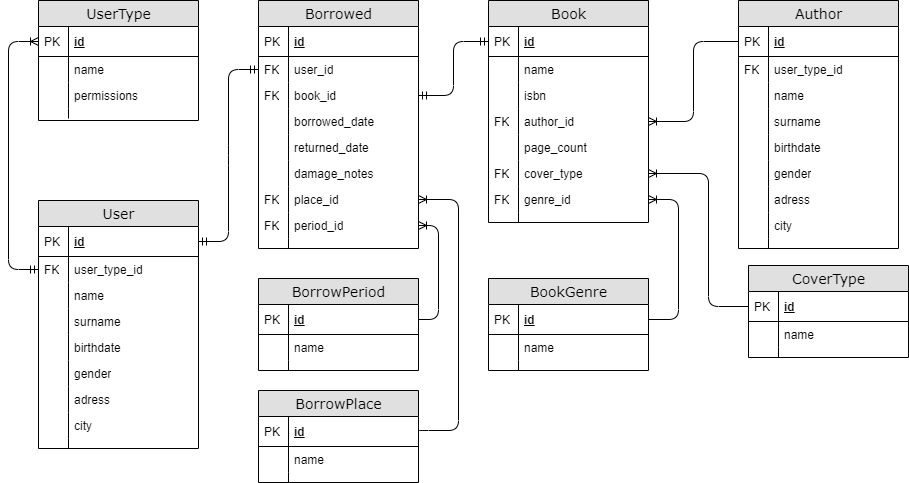
Earlier version of the draw.io export Documentation/Include/Resources/Database/Project/databse_ERD_diagram.png (abdarum/Erasmus_course_Java). Source tidied: cells renumbered, new cells last; positions are measured from the earlier drawing's top-left corner, leaving out a move shared by most shapes.
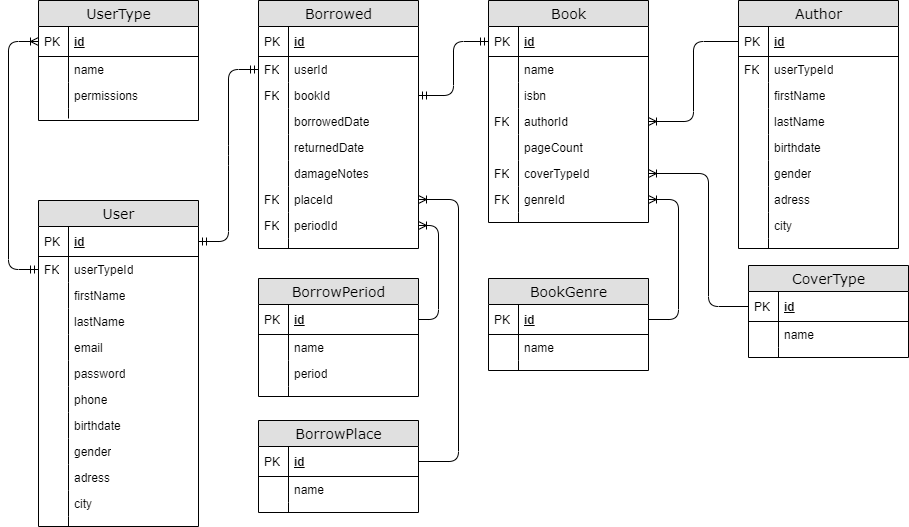
After the change.

Commit message:
updated databse_ERD_diagram

What changed in the source:
```diff
@@ -13,3 +13,3 @@
     <mxCell id="3" value="User" style="swimlane;html=1;fontStyle=0;horizontal=1;startSize=26;fillColor=#e0e0e0;swimlaneFillColor=#ffffff;align=center;rounded=0;shadow=0;comic=0;labelBackgroundColor=none;strokeWidth=1;fontFamily=Verdana;fontSize=14;" parent="1" vertex="1">
-      <mxGeometry x="30" y="200" width="160" height="248" as="geometry" />
+      <mxGeometry x="30" y="200" width="160" height="326" as="geometry" />
     </mxCell>
@@ -21,3 +21,3 @@
     </mxCell>
-    <mxCell id="6" value="user_type_id" style="shape=partialRectangle;top=0;left=0;right=0;bottom=0;html=1;align=left;verticalAlign=top;fillColor=none;spacingLeft=34;spacingRight=4;whiteSpace=wrap;overflow=hidden;points=[[0,0.5],[1,0.5]];portConstraint=eastwest;" parent="3" vertex="1">
+    <mxCell id="6" value="&lt;div&gt;userTypeId&lt;/div&gt;" style="shape=partialRectangle;top=0;left=0;right=0;bottom=0;html=1;align=left;verticalAlign=top;fillColor=none;spacingLeft=34;spacingRight=4;whiteSpace=wrap;overflow=hidden;points=[[0,0.5],[1,0.5]];portConstraint=eastwest;" parent="3" vertex="1">
       <mxGeometry y="56" width="160" height="26" as="geometry" />
@@ -27,3 +27,3 @@
     </mxCell>
-    <mxCell id="8" value="name" style="shape=partialRectangle;top=0;left=0;right=0;bottom=0;html=1;align=left;verticalAlign=top;fillColor=none;spacingLeft=34;spacingRight=4;whiteSpace=wrap;overflow=hidden;" parent="3" vertex="1">
+    <mxCell id="8" value="&lt;div&gt;firstName&lt;/div&gt;" style="shape=partialRectangle;top=0;left=0;right=0;bottom=0;html=1;align=left;verticalAlign=top;fillColor=none;spacingLeft=34;spacingRight=4;whiteSpace=wrap;overflow=hidden;" parent="3" vertex="1">
       <mxGeometry y="82" width="160" height="26" as="geometry" />
@@ -33,3 +33,3 @@
     </mxCell>
-    <mxCell id="10" value="surname" style="shape=partialRectangle;top=0;left=0;right=0;bottom=0;html=1;align=left;verticalAlign=top;fillColor=none;spacingLeft=34;spacingRight=4;whiteSpace=wrap;overflow=hidden;" parent="3" vertex="1">
+    <mxCell id="10" value="lastName" style="shape=partialRectangle;top=0;left=0;right=0;bottom=0;html=1;align=left;verticalAlign=top;fillColor=none;spacingLeft=34;spacingRight=4;whiteSpace=wrap;overflow=hidden;" parent="3" vertex="1">
       <mxGeometry y="108" width="160" height="26" as="geometry" />
@@ -39,4 +39,10 @@
     </mxCell>
+    <mxCell id="121" value="email" style="shape=partialRectangle;top=0;left=0;right=0;bottom=0;html=1;align=left;verticalAlign=top;fillColor=none;spacingLeft=34;spacingRight=4;whiteSpace=wrap;overflow=hidden;" parent="3" vertex="1">
+      <mxGeometry y="134" width="160" height="26" as="geometry" />
+    </mxCell>
+    <mxCell id="122" style="shape=partialRectangle;top=0;left=0;bottom=0;html=1;fillColor=none;align=left;verticalAlign=top;spacingLeft=4;spacingRight=4;whiteSpace=wrap;overflow=hidden;" parent="121" vertex="1">
+      <mxGeometry width="30" height="26" as="geometry" />
+    </mxCell>
-    <mxCell id="12" value="birthdate" style="shape=partialRectangle;top=0;left=0;right=0;bottom=0;html=1;align=left;verticalAlign=top;fillColor=none;spacingLeft=34;spacingRight=4;whiteSpace=wrap;overflow=hidden;" parent="3" vertex="1">
-      <mxGeometry y="134" width="160" height="26" as="geometry" />
+    <mxCell id="12" value="password" style="shape=partialRectangle;top=0;left=0;right=0;bottom=0;html=1;align=left;verticalAlign=top;fillColor=none;spacingLeft=34;spacingRight=4;whiteSpace=wrap;overflow=hidden;" parent="3" vertex="1">
+      <mxGeometry y="160" width="160" height="26" as="geometry" />
     </mxCell>
@@ -45,4 +51,16 @@
     </mxCell>
+    <mxCell id="123" value="phone" style="shape=partialRectangle;top=0;left=0;right=0;bottom=0;html=1;align=left;verticalAlign=top;fillColor=none;spacingLeft=34;spacingRight=4;whiteSpace=wrap;overflow=hidden;" parent="3" vertex="1">
+      <mxGeometry y="186" width="160" height="26" as="geometry" />
+    </mxCell>
+    <mxCell id="124" style="shape=partialRectangle;top=0;left=0;bottom=0;html=1;fillColor=none;align=left;verticalAlign=top;spacingLeft=4;spacingRight=4;whiteSpace=wrap;overflow=hidden;" parent="123" vertex="1">
+      <mxGeometry width="30" height="26" as="geometry" />
+    </mxCell>
+    <mxCell id="125" value="birthdate" style="shape=partialRectangle;top=0;left=0;right=0;bottom=0;html=1;align=left;verticalAlign=top;fillColor=none;spacingLeft=34;spacingRight=4;whiteSpace=wrap;overflow=hidden;" parent="3" vertex="1">
+      <mxGeometry y="212" width="160" height="26" as="geometry" />
+    </mxCell>
+    <mxCell id="126" style="shape=partialRectangle;top=0;left=0;bottom=0;html=1;fillColor=none;align=left;verticalAlign=top;spacingLeft=4;spacingRight=4;whiteSpace=wrap;overflow=hidden;" parent="125" vertex="1">
+      <mxGeometry width="30" height="26" as="geometry" />
+    </mxCell>
     <mxCell id="14" value="gender" style="shape=partialRectangle;top=0;left=0;right=0;bottom=0;html=1;align=left;verticalAlign=top;fillColor=none;spacingLeft=34;spacingRight=4;whiteSpace=wrap;overflow=hidden;" parent="3" vertex="1">
-      <mxGeometry y="160" width="160" height="26" as="geometry" />
+      <mxGeometry y="238" width="160" height="26" as="geometry" />
     </mxCell>
@@ -52,3 +70,3 @@
     <mxCell id="16" value="adress" style="shape=partialRectangle;top=0;left=0;right=0;bottom=0;html=1;align=left;verticalAlign=top;fillColor=none;spacingLeft=34;spacingRight=4;whiteSpace=wrap;overflow=hidden;" parent="3" vertex="1">
-      <mxGeometry y="186" width="160" height="26" as="geometry" />
+      <mxGeometry y="264" width="160" height="26" as="geometry" />
     </mxCell>
@@ -58,3 +76,3 @@
     <mxCell id="18" value="city" style="shape=partialRectangle;top=0;left=0;right=0;bottom=0;html=1;align=left;verticalAlign=top;fillColor=none;spacingLeft=34;spacingRight=4;whiteSpace=wrap;overflow=hidden;" parent="3" vertex="1">
-      <mxGeometry y="212" width="160" height="26" as="geometry" />
+      <mxGeometry y="290" width="160" height="26" as="geometry" />
     </mxCell>
@@ -64,3 +82,3 @@
     <mxCell id="20" style="shape=partialRectangle;top=0;left=0;right=0;bottom=0;html=1;align=left;verticalAlign=top;fillColor=none;spacingLeft=34;spacingRight=4;whiteSpace=wrap;overflow=hidden;" parent="3" vertex="1">
-      <mxGeometry y="238" width="160" height="10" as="geometry" />
+      <mxGeometry y="316" width="160" height="10" as="geometry" />
     </mxCell>
@@ -124,3 +142,3 @@
     </mxCell>
-    <mxCell id="37" value="user_type_id" style="shape=partialRectangle;top=0;left=0;right=0;bottom=0;html=1;align=left;verticalAlign=top;fillColor=none;spacingLeft=34;spacingRight=4;whiteSpace=wrap;overflow=hidden;" parent="34" vertex="1">
+    <mxCell id="37" value="&lt;div&gt;userTypeId&lt;/div&gt;" style="shape=partialRectangle;top=0;left=0;right=0;bottom=0;html=1;align=left;verticalAlign=top;fillColor=none;spacingLeft=34;spacingRight=4;whiteSpace=wrap;overflow=hidden;" parent="34" vertex="1">
       <mxGeometry y="56" width="160" height="26" as="geometry" />
@@ -130,3 +148,3 @@
     </mxCell>
-    <mxCell id="39" value="name" style="shape=partialRectangle;top=0;left=0;right=0;bottom=0;html=1;align=left;verticalAlign=top;fillColor=none;spacingLeft=34;spacingRight=4;whiteSpace=wrap;overflow=hidden;" parent="34" vertex="1">
+    <mxCell id="39" value="firstName" style="shape=partialRectangle;top=0;left=0;right=0;bottom=0;html=1;align=left;verticalAlign=top;fillColor=none;spacingLeft=34;spacingRight=4;whiteSpace=wrap;overflow=hidden;" parent="34" vertex="1">
       <mxGeometry y="82" width="160" height="26" as="geometry" />
@@ -136,3 +154,3 @@
     </mxCell>
-    <mxCell id="41" value="surname" style="shape=partialRectangle;top=0;left=0;right=0;bottom=0;html=1;align=left;verticalAlign=top;fillColor=none;spacingLeft=34;spacingRight=4;whiteSpace=wrap;overflow=hidden;" parent="34" vertex="1">
+    <mxCell id="41" value="lastName" style="shape=partialRectangle;top=0;left=0;right=0;bottom=0;html=1;align=left;verticalAlign=top;fillColor=none;spacingLeft=34;spacingRight=4;whiteSpace=wrap;overflow=hidden;" parent="34" vertex="1">
       <mxGeometry y="108" width="160" height="26" as="geometry" />
@@ -205,3 +223,3 @@
     </mxCell>
-    <mxCell id="64" value="user_id" style="shape=partialRectangle;top=0;left=0;right=0;bottom=0;html=1;align=left;verticalAlign=top;fillColor=none;spacingLeft=34;spacingRight=4;whiteSpace=wrap;overflow=hidden;points=[[0,0.5],[1,0.5]];portConstraint=eastwest;" parent="61" vertex="1">
+    <mxCell id="64" value="&lt;div&gt;userId&lt;/div&gt;" style="shape=partialRectangle;top=0;left=0;right=0;bottom=0;html=1;align=left;verticalAlign=top;fillColor=none;spacingLeft=34;spacingRight=4;whiteSpace=wrap;overflow=hidden;points=[[0,0.5],[1,0.5]];portConstraint=eastwest;" parent="61" vertex="1">
       <mxGeometry y="56" width="160" height="26" as="geometry" />
@@ -211,3 +229,3 @@
     </mxCell>
-    <mxCell id="66" value="book_id" style="shape=partialRectangle;top=0;left=0;right=0;bottom=0;html=1;align=left;verticalAlign=top;fillColor=none;spacingLeft=34;spacingRight=4;whiteSpace=wrap;overflow=hidden;points=[[0,0.5],[1,0.5]];portConstraint=eastwest;" parent="61" vertex="1">
+    <mxCell id="66" value="bookId" style="shape=partialRectangle;top=0;left=0;right=0;bottom=0;html=1;align=left;verticalAlign=top;fillColor=none;spacingLeft=34;spacingRight=4;whiteSpace=wrap;overflow=hidden;points=[[0,0.5],[1,0.5]];portConstraint=eastwest;" parent="61" vertex="1">
       <mxGeometry y="82" width="160" height="26" as="geometry" />
@@ -217,3 +235,3 @@
     </mxCell>
-    <mxCell id="68" value="borrowed_date" style="shape=partialRectangle;top=0;left=0;right=0;bottom=0;html=1;align=left;verticalAlign=top;fillColor=none;spacingLeft=34;spacingRight=4;whiteSpace=wrap;overflow=hidden;" parent="61" vertex="1">
+    <mxCell id="68" value="borrowedDate" style="shape=partialRectangle;top=0;left=0;right=0;bottom=0;html=1;align=left;verticalAlign=top;fillColor=none;spacingLeft=34;spacingRight=4;whiteSpace=wrap;overflow=hidden;" parent="61" vertex="1">
       <mxGeometry y="108" width="160" height="26" as="geometry" />
@@ -223,3 +241,3 @@
     </mxCell>
-    <mxCell id="70" value="returned_date" style="shape=partialRectangle;top=0;left=0;right=0;bottom=0;html=1;align=left;verticalAlign=top;fillColor=none;spacingLeft=34;spacingRight=4;whiteSpace=wrap;overflow=hidden;" parent="61" vertex="1">
+    <mxCell id="70" value="returnedDate" style="shape=partialRectangle;top=0;left=0;right=0;bottom=0;html=1;align=left;verticalAlign=top;fillColor=none;spacingLeft=34;spacingRight=4;whiteSpace=wrap;overflow=hidden;" parent="61" vertex="1">
       <mxGeometry y="134" width="160" height="26" as="geometry" />
@@ -229,3 +247,3 @@
     </mxCell>
-    <mxCell id="72" value="damage_notes" style="shape=partialRectangle;top=0;left=0;right=0;bottom=0;html=1;align=left;verticalAlign=top;fillColor=none;spacingLeft=34;spacingRight=4;whiteSpace=wrap;overflow=hidden;" parent="61" vertex="1">
+    <mxCell id="72" value="damageNotes" style="shape=partialRectangle;top=0;left=0;right=0;bottom=0;html=1;align=left;verticalAlign=top;fillColor=none;spacingLeft=34;spacingRight=4;whiteSpace=wrap;overflow=hidden;" parent="61" vertex="1">
       <mxGeometry y="160" width="160" height="26" as="geometry" />
@@ -235,3 +253,3 @@
     </mxCell>
-    <mxCell id="74" value="place_id" style="shape=partialRectangle;top=0;left=0;right=0;bottom=0;html=1;align=left;verticalAlign=top;fillColor=none;spacingLeft=34;spacingRight=4;whiteSpace=wrap;overflow=hidden;points=[[0,0.5],[1,0.5]];portConstraint=eastwest;" parent="61" vertex="1">
+    <mxCell id="74" value="placeId" style="shape=partialRectangle;top=0;left=0;right=0;bottom=0;html=1;align=left;verticalAlign=top;fillColor=none;spacingLeft=34;spacingRight=4;whiteSpace=wrap;overflow=hidden;points=[[0,0.5],[1,0.5]];portConstraint=eastwest;" parent="61" vertex="1">
       <mxGeometry y="186" width="160" height="26" as="geometry" />
@@ -241,3 +259,3 @@
     </mxCell>
-    <mxCell id="76" value="period_id" style="shape=partialRectangle;top=0;left=0;right=0;bottom=0;html=1;align=left;verticalAlign=top;fillColor=none;spacingLeft=34;spacingRight=4;whiteSpace=wrap;overflow=hidden;points=[[0,0.5],[1,0.5]];portConstraint=eastwest;" parent="61" vertex="1">
+    <mxCell id="76" value="periodId" style="shape=partialRectangle;top=0;left=0;right=0;bottom=0;html=1;align=left;verticalAlign=top;fillColor=none;spacingLeft=34;spacingRight=4;whiteSpace=wrap;overflow=hidden;points=[[0,0.5],[1,0.5]];portConstraint=eastwest;" parent="61" vertex="1">
       <mxGeometry y="212" width="160" height="26" as="geometry" />
@@ -277,3 +295,3 @@
     </mxCell>
-    <mxCell id="88" value="author_id" style="shape=partialRectangle;top=0;left=0;right=0;bottom=0;html=1;align=left;verticalAlign=top;fillColor=none;spacingLeft=34;spacingRight=4;whiteSpace=wrap;overflow=hidden;points=[[0,0.5],[1,0.5]];portConstraint=eastwest;" parent="81" vertex="1">
+    <mxCell id="88" value="authorId" style="shape=partialRectangle;top=0;left=0;right=0;bottom=0;html=1;align=left;verticalAlign=top;fillColor=none;spacingLeft=34;spacingRight=4;whiteSpace=wrap;overflow=hidden;points=[[0,0.5],[1,0.5]];portConstraint=eastwest;" parent="81" vertex="1">
       <mxGeometry y="108" width="160" height="26" as="geometry" />
@@ -283,3 +301,3 @@
     </mxCell>
-    <mxCell id="90" value="page_count" style="shape=partialRectangle;top=0;left=0;right=0;bottom=0;html=1;align=left;verticalAlign=top;fillColor=none;spacingLeft=34;spacingRight=4;whiteSpace=wrap;overflow=hidden;" parent="81" vertex="1">
+    <mxCell id="90" value="pageCount" style="shape=partialRectangle;top=0;left=0;right=0;bottom=0;html=1;align=left;verticalAlign=top;fillColor=none;spacingLeft=34;spacingRight=4;whiteSpace=wrap;overflow=hidden;" parent="81" vertex="1">
       <mxGeometry y="134" width="160" height="26" as="geometry" />
@@ -289,3 +307,3 @@
     </mxCell>
-    <mxCell id="92" value="cover_type" style="shape=partialRectangle;top=0;left=0;right=0;bottom=0;html=1;align=left;verticalAlign=top;fillColor=none;spacingLeft=34;spacingRight=4;whiteSpace=wrap;overflow=hidden;points=[[0,0.5],[1,0.5]];portConstraint=eastwest;" parent="81" vertex="1">
+    <mxCell id="92" value="coverTypeId" style="shape=partialRectangle;top=0;left=0;right=0;bottom=0;html=1;align=left;verticalAlign=top;fillColor=none;spacingLeft=34;spacingRight=4;whiteSpace=wrap;overflow=hidden;points=[[0,0.5],[1,0.5]];portConstraint=eastwest;" parent="81" vertex="1">
       <mxGeometry y="160" width="160" height="26" as="geometry" />
@@ -295,3 +313,3 @@
     </mxCell>
-    <mxCell id="94" value="genre_id" style="shape=partialRectangle;top=0;left=0;right=0;bottom=0;html=1;align=left;verticalAlign=top;fillColor=none;spacingLeft=34;spacingRight=4;whiteSpace=wrap;overflow=hidden;points=[[0,0.5],[1,0.5]];portConstraint=eastwest;" parent="81" vertex="1">
+    <mxCell id="94" value="genreId" style="shape=partialRectangle;top=0;left=0;right=0;bottom=0;html=1;align=left;verticalAlign=top;fillColor=none;spacingLeft=34;spacingRight=4;whiteSpace=wrap;overflow=hidden;points=[[0,0.5],[1,0.5]];portConstraint=eastwest;" parent="81" vertex="1">
       <mxGeometry y="186" width="160" height="26" as="geometry" />
@@ -331,4 +349,3 @@
         <Array as="points">
-          <mxPoint x="410" y="430" />
-          <mxPoint x="450" y="430" />
+          <mxPoint x="450" y="461" />
           <mxPoint x="450" y="199" />
@@ -345,4 +362,31 @@
     </mxCell>
+    <mxCell id="114" value="BorrowPeriod" style="swimlane;html=1;fontStyle=0;horizontal=1;startSize=26;fillColor=#e0e0e0;swimlaneFillColor=#ffffff;align=center;rounded=0;shadow=0;comic=0;labelBackgroundColor=none;strokeWidth=1;fontFamily=Verdana;fontSize=14;" parent="1" vertex="1">
+      <mxGeometry x="250" y="278" width="160" height="118" as="geometry" />
+    </mxCell>
+    <mxCell id="115" value="id" style="shape=partialRectangle;top=0;left=0;right=0;bottom=1;html=1;align=left;verticalAlign=middle;fillColor=none;spacingLeft=34;spacingRight=4;whiteSpace=wrap;overflow=hidden;points=[[0,0.5],[1,0.5]];portConstraint=eastwest;fontStyle=5;" parent="114" vertex="1">
+      <mxGeometry y="26" width="160" height="30" as="geometry" />
+    </mxCell>
+    <mxCell id="116" value="PK" style="shape=partialRectangle;top=0;left=0;bottom=0;html=1;fillColor=none;align=left;verticalAlign=middle;spacingLeft=4;spacingRight=4;whiteSpace=wrap;overflow=hidden;" parent="115" vertex="1">
+      <mxGeometry width="30" height="30" as="geometry" />
+    </mxCell>
+    <mxCell id="117" value="name" style="shape=partialRectangle;top=0;left=0;right=0;bottom=0;html=1;align=left;verticalAlign=top;fillColor=none;spacingLeft=34;spacingRight=4;whiteSpace=wrap;overflow=hidden;" parent="114" vertex="1">
+      <mxGeometry y="56" width="160" height="26" as="geometry" />
+    </mxCell>
+    <mxCell id="118" style="shape=partialRectangle;top=0;left=0;bottom=0;html=1;fillColor=none;align=left;verticalAlign=top;spacingLeft=4;spacingRight=4;whiteSpace=wrap;overflow=hidden;" parent="117" vertex="1">
+      <mxGeometry width="30" height="26" as="geometry" />
+    </mxCell>
+    <mxCell id="127" value="period" style="shape=partialRectangle;top=0;left=0;right=0;bottom=0;html=1;align=left;verticalAlign=top;fillColor=none;spacingLeft=34;spacingRight=4;whiteSpace=wrap;overflow=hidden;" parent="114" vertex="1">
+      <mxGeometry y="82" width="160" height="26" as="geometry" />
+    </mxCell>
+    <mxCell id="128" style="shape=partialRectangle;top=0;left=0;bottom=0;html=1;fillColor=none;align=left;verticalAlign=top;spacingLeft=4;spacingRight=4;whiteSpace=wrap;overflow=hidden;" parent="127" vertex="1">
+      <mxGeometry width="30" height="26" as="geometry" />
+    </mxCell>
+    <mxCell id="119" style="shape=partialRectangle;top=0;left=0;right=0;bottom=0;html=1;align=left;verticalAlign=top;fillColor=none;spacingLeft=34;spacingRight=4;whiteSpace=wrap;overflow=hidden;" parent="114" vertex="1">
+      <mxGeometry y="108" width="160" height="10" as="geometry" />
+    </mxCell>
+    <mxCell id="120" style="shape=partialRectangle;top=0;left=0;bottom=0;html=1;fillColor=none;align=left;verticalAlign=top;spacingLeft=4;spacingRight=4;whiteSpace=wrap;overflow=hidden;" parent="119" vertex="1">
+      <mxGeometry width="30" height="10" as="geometry" />
+    </mxCell>
     <mxCell id="107" value="BorrowPlace" style="swimlane;html=1;fontStyle=0;horizontal=1;startSize=26;fillColor=#e0e0e0;swimlaneFillColor=#ffffff;align=center;rounded=0;shadow=0;comic=0;labelBackgroundColor=none;strokeWidth=1;fontFamily=Verdana;fontSize=14;" parent="1" vertex="1">
-      <mxGeometry x="250" y="390" width="160" height="92" as="geometry" />
+      <mxGeometry x="250" y="420" width="160" height="92" as="geometry" />
     </mxCell>
@@ -366,23 +410,2 @@
     </mxCell>
-    <mxCell id="114" value="BorrowPeriod" style="swimlane;html=1;fontStyle=0;horizontal=1;startSize=26;fillColor=#e0e0e0;swimlaneFillColor=#ffffff;align=center;rounded=0;shadow=0;comic=0;labelBackgroundColor=none;strokeWidth=1;fontFamily=Verdana;fontSize=14;" parent="1" vertex="1">
-      <mxGeometry x="250" y="278" width="160" height="92" as="geometry" />
-    </mxCell>
-    <mxCell id="115" value="id" style="shape=partialRectangle;top=0;left=0;right=0;bottom=1;html=1;align=left;verticalAlign=middle;fillColor=none;spacingLeft=34;spacingRight=4;whiteSpace=wrap;overflow=hidden;points=[[0,0.5],[1,0.5]];portConstraint=eastwest;fontStyle=5;" parent="114" vertex="1">
-      <mxGeometry y="26" width="160" height="30" as="geometry" />
-    </mxCell>
-    <mxCell id="116" value="PK" style="shape=partialRectangle;top=0;left=0;bottom=0;html=1;fillColor=none;align=left;verticalAlign=middle;spacingLeft=4;spacingRight=4;whiteSpace=wrap;overflow=hidden;" parent="115" vertex="1">
-      <mxGeometry width="30" height="30" as="geometry" />
-    </mxCell>
-    <mxCell id="117" value="name" style="shape=partialRectangle;top=0;left=0;right=0;bottom=0;html=1;align=left;verticalAlign=top;fillColor=none;spacingLeft=34;spacingRight=4;whiteSpace=wrap;overflow=hidden;" parent="114" vertex="1">
-      <mxGeometry y="56" width="160" height="26" as="geometry" />
-    </mxCell>
-    <mxCell id="118" style="shape=partialRectangle;top=0;left=0;bottom=0;html=1;fillColor=none;align=left;verticalAlign=top;spacingLeft=4;spacingRight=4;whiteSpace=wrap;overflow=hidden;" parent="117" vertex="1">
-      <mxGeometry width="30" height="26" as="geometry" />
-    </mxCell>
-    <mxCell id="119" style="shape=partialRectangle;top=0;left=0;right=0;bottom=0;html=1;align=left;verticalAlign=top;fillColor=none;spacingLeft=34;spacingRight=4;whiteSpace=wrap;overflow=hidden;" parent="114" vertex="1">
-      <mxGeometry y="82" width="160" height="10" as="geometry" />
-    </mxCell>
-    <mxCell id="120" style="shape=partialRectangle;top=0;left=0;bottom=0;html=1;fillColor=none;align=left;verticalAlign=top;spacingLeft=4;spacingRight=4;whiteSpace=wrap;overflow=hidden;" parent="119" vertex="1">
-      <mxGeometry width="30" height="10" as="geometry" />
-    </mxCell>
   </root>
```
